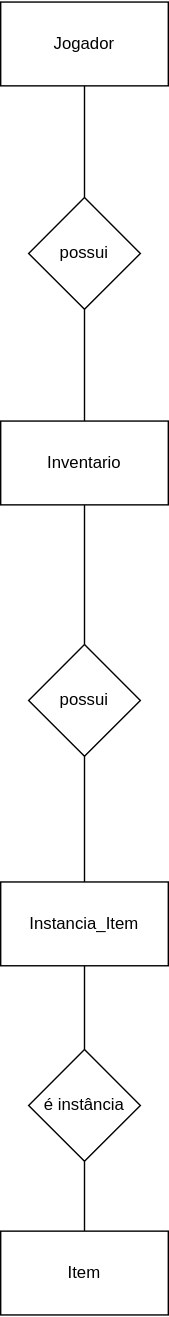
This is docs/modulo_01/DER.drawio.svg from SBD1/2024.2-D-D-classico, a draw.io export, as it was before one commit. Source tidied: cells renumbered, new cells last; positions are measured from the earlier drawing's top-left corner, leaving out a move shared by most shapes. The source it was exported from:
```xml
<mxGraphModel>
  <root>
    <mxCell id="0" />
    <mxCell id="1" parent="0" />
    <mxCell id="2" value="Jogador" style="rounded=0;whiteSpace=wrap;html=1;" parent="1" vertex="1">
      <mxGeometry width="120" height="60" as="geometry" />
    </mxCell>
    <mxCell id="3" value="Inventario" style="rounded=0;whiteSpace=wrap;html=1;" parent="1" vertex="1">
      <mxGeometry y="300" width="120" height="60" as="geometry" />
    </mxCell>
    <mxCell id="4" value="Item" style="rounded=0;whiteSpace=wrap;html=1;" parent="1" vertex="1">
      <mxGeometry y="880" width="120" height="60" as="geometry" />
    </mxCell>
    <mxCell id="5" value="Instancia_Item" style="rounded=0;whiteSpace=wrap;html=1;" parent="1" vertex="1">
      <mxGeometry y="630" width="120" height="60" as="geometry" />
    </mxCell>
    <mxCell id="6" value="possui" style="rhombus;whiteSpace=wrap;html=1;" parent="1" vertex="1">
      <mxGeometry x="20" y="140" width="80" height="80" as="geometry" />
    </mxCell>
    <mxCell id="7" style="endArrow=none;html=1;rounded=0;entryX=0.5;entryY=1;entryDx=0;entryDy=0;exitX=0.5;exitY=0;exitDx=0;exitDy=0;" parent="1" edge="1" source="3" target="6">
      <mxGeometry relative="1" as="geometry" />
    </mxCell>
    <mxCell id="8" style="endArrow=none;html=1;rounded=0;entryX=0.5;entryY=1;entryDx=0;entryDy=0;exitX=0.5;exitY=0;exitDx=0;exitDy=0;" parent="1" edge="1" source="6" target="2">
      <mxGeometry relative="1" as="geometry" />
    </mxCell>
    <mxCell id="9" value="possui" style="rhombus;whiteSpace=wrap;html=1;" parent="1" vertex="1">
      <mxGeometry x="20" y="460" width="80" height="80" as="geometry" />
    </mxCell>
    <mxCell id="10" style="endArrow=none;html=1;rounded=0;exitX=0.5;exitY=0;exitDx=0;exitDy=0;entryX=0.5;entryY=1;entryDx=0;entryDy=0;" parent="1" edge="1" source="9" target="3">
      <mxGeometry relative="1" as="geometry" />
    </mxCell>
    <mxCell id="11" style="endArrow=none;html=1;rounded=0;exitX=0.5;exitY=0;exitDx=0;exitDy=0;entryX=0.5;entryY=1;entryDx=0;entryDy=0;" parent="1" edge="1" source="5" target="9">
      <mxGeometry relative="1" as="geometry" />
    </mxCell>
    <mxCell id="12" value="é instância" style="rhombus;whiteSpace=wrap;html=1;" parent="1" vertex="1">
      <mxGeometry x="20" y="750" width="80" height="80" as="geometry" />
    </mxCell>
    <mxCell id="13" style="endArrow=none;html=1;rounded=0;exitX=0.5;exitY=0;exitDx=0;exitDy=0;entryX=0.5;entryY=1;entryDx=0;entryDy=0;" parent="1" edge="1" source="12" target="5">
      <mxGeometry relative="1" as="geometry" />
    </mxCell>
    <mxCell id="14" style="endArrow=none;html=1;rounded=0;exitX=0.5;exitY=0;exitDx=0;exitDy=0;entryX=0.5;entryY=1;entryDx=0;entryDy=0;" parent="1" edge="1" source="4" target="12">
      <mxGeometry relative="1" as="geometry" />
    </mxCell>
  </root>
</mxGraphModel>
```
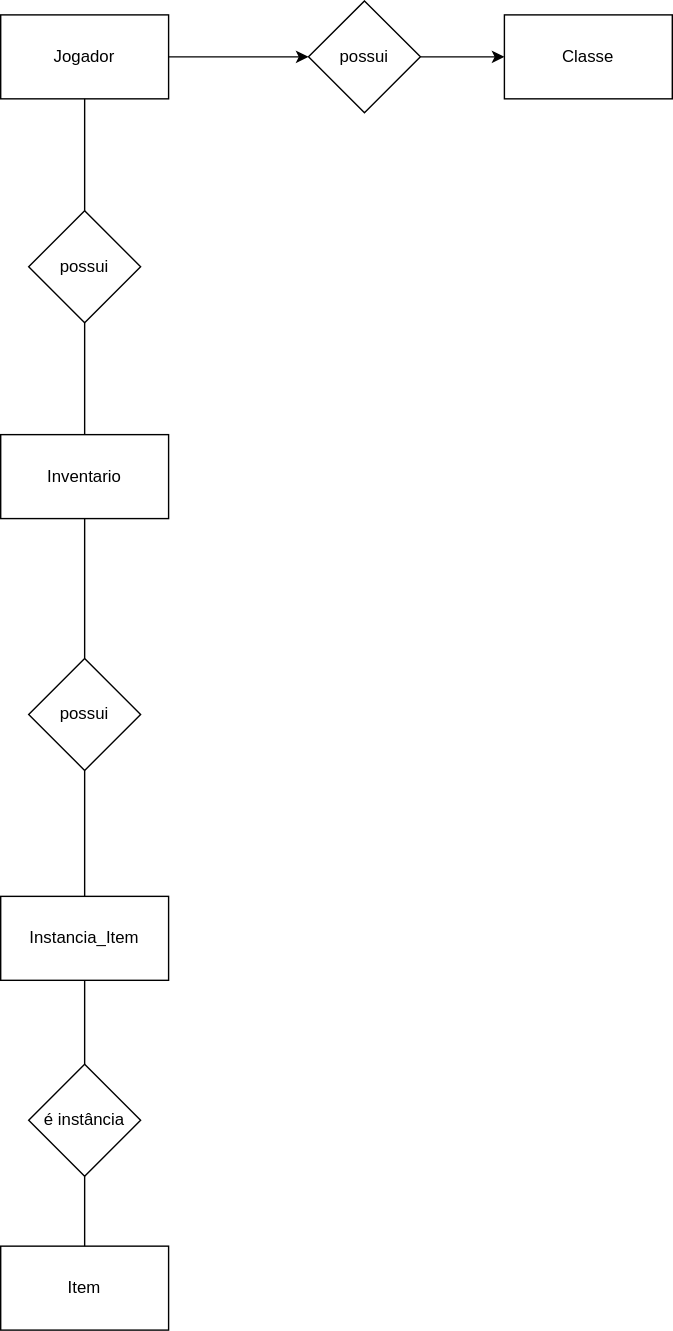
The same diagram one commit later.

Commit message:
Cria classe para jogador

Diff of the diagram source:
```diff
@@ -2,6 +2,9 @@
   <root>
     <mxCell id="0" />
     <mxCell id="1" parent="0" />
+    <mxCell id="15" style="edgeStyle=orthogonalEdgeStyle;rounded=0;jettySize=auto;html=1;" parent="1" edge="1" source="2" target="17">
+      <mxGeometry relative="1" as="geometry" />
+    </mxCell>
     <mxCell id="2" value="Jogador" style="rounded=0;whiteSpace=wrap;html=1;" parent="1" vertex="1">
       <mxGeometry width="120" height="60" as="geometry" />
     </mxCell>
@@ -41,5 +44,14 @@
     <mxCell id="14" style="endArrow=none;html=1;rounded=0;exitX=0.5;exitY=0;exitDx=0;exitDy=0;entryX=0.5;entryY=1;entryDx=0;entryDy=0;" parent="1" edge="1" source="4" target="12">
       <mxGeometry relative="1" as="geometry" />
     </mxCell>
+    <mxCell id="16" style="edgeStyle=orthogonalEdgeStyle;rounded=0;jettySize=auto;html=1;" parent="1" edge="1" source="17" target="18">
+      <mxGeometry relative="1" as="geometry" />
+    </mxCell>
+    <mxCell id="17" value="possui" style="rhombus;whiteSpace=wrap;html=1;rounded=0;" parent="1" vertex="1">
+      <mxGeometry x="220" y="-10" width="80" height="80" as="geometry" />
+    </mxCell>
+    <mxCell id="18" value="Classe" style="rounded=0;whiteSpace=wrap;html=1;" parent="1" vertex="1">
+      <mxGeometry x="360" width="120" height="60" as="geometry" />
+    </mxCell>
   </root>
 </mxGraphModel>
```
